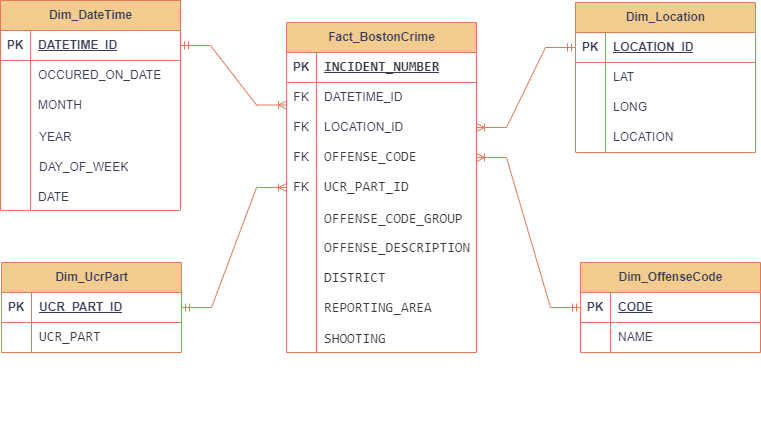
thanhphat2609/Boston_Crime_Analysis keeps this draw.io diagram as images/DataModel.png. Above is the earlier version. Source tidied: cells renumbered, new cells last; positions are measured from the earlier drawing's top-left corner, leaving out a move shared by most shapes.
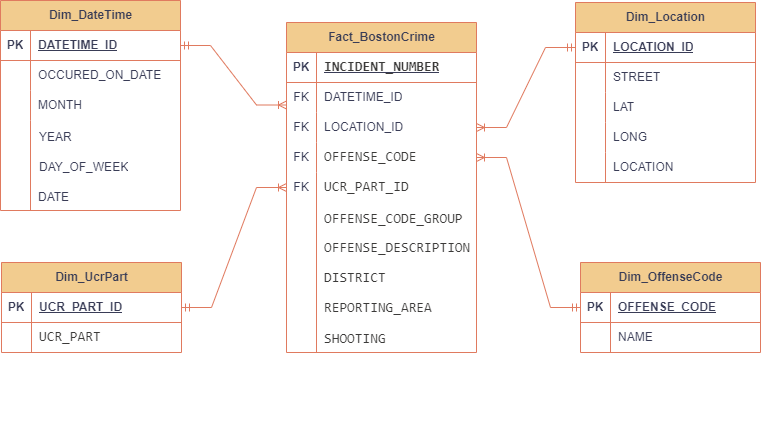
After the commit.

Change to the diagram source:
```diff
@@ -24,7 +24,7 @@
       <mxGeometry x="30" width="150" height="30" as="geometry" />
     </mxCell>
     <mxCell id="9" value="Dim_Location" style="shape=table;startSize=30;rowLines=0;fontStyle=1;align=center;html=1;labelBackgroundColor=none;fillColor=#F2CC8F;strokeColor=#E07A5F;fontColor=#393C56;" parent="1" vertex="1">
-      <mxGeometry x="575" y="2" width="180" height="150" as="geometry" />
+      <mxGeometry x="575" y="2" width="180" height="180" as="geometry" />
     </mxCell>
     <mxCell id="10" style="shape=tableRow;horizontal=0;startSize=0;swimlaneHead=0;swimlaneBody=0;fillColor=none;points=[[0,0.5],[1,0.5]];portConstraint=eastwest;top=0;left=0;right=0;bottom=1;labelBackgroundColor=none;strokeColor=#E07A5F;fontColor=#393C56;" parent="9" vertex="1">
       <mxGeometry y="30" width="180" height="30" as="geometry" />
@@ -41,11 +41,20 @@
     <mxCell id="14" style="shape=partialRectangle;fillColor=none;top=0;left=0;bottom=0;right=0;overflow=hidden;whiteSpace=wrap;html=1;labelBackgroundColor=none;strokeColor=#E07A5F;fontColor=#393C56;" parent="13" vertex="1">
       <mxGeometry width="30" height="30" as="geometry" />
     </mxCell>
-    <mxCell id="15" value="LAT" style="shape=partialRectangle;fillColor=none;top=0;left=0;bottom=0;right=0;align=left;spacingLeft=6;overflow=hidden;whiteSpace=wrap;html=1;labelBackgroundColor=none;strokeColor=#E07A5F;fontColor=#393C56;" parent="13" vertex="1">
+    <mxCell id="15" value="STREET" style="shape=partialRectangle;fillColor=none;top=0;left=0;bottom=0;right=0;align=left;spacingLeft=6;overflow=hidden;whiteSpace=wrap;html=1;labelBackgroundColor=none;strokeColor=#E07A5F;fontColor=#393C56;" parent="13" vertex="1">
       <mxGeometry x="30" width="150" height="30" as="geometry" />
     </mxCell>
+    <mxCell id="79" style="shape=tableRow;horizontal=0;startSize=0;swimlaneHead=0;swimlaneBody=0;fillColor=none;top=0;left=0;right=0;bottom=0;labelBackgroundColor=none;strokeColor=#E07A5F;fontColor=#393C56;" parent="9" vertex="1">
+      <mxGeometry y="90" width="180" height="30" as="geometry" />
+    </mxCell>
+    <mxCell id="80" style="shape=partialRectangle;fillColor=none;top=0;left=0;bottom=0;right=0;overflow=hidden;whiteSpace=wrap;html=1;labelBackgroundColor=none;strokeColor=#E07A5F;fontColor=#393C56;" parent="79" vertex="1">
+      <mxGeometry width="30" height="30" as="geometry" />
+    </mxCell>
+    <mxCell id="81" value="LAT" style="shape=partialRectangle;fillColor=none;top=0;left=0;bottom=0;right=0;align=left;spacingLeft=6;overflow=hidden;whiteSpace=wrap;html=1;labelBackgroundColor=none;strokeColor=#E07A5F;fontColor=#393C56;" parent="79" vertex="1">
+      <mxGeometry x="30" width="150" height="30" as="geometry" />
+    </mxCell>
     <mxCell id="16" style="shape=tableRow;horizontal=0;startSize=0;swimlaneHead=0;swimlaneBody=0;fillColor=none;top=0;left=0;right=0;bottom=0;labelBackgroundColor=none;strokeColor=#E07A5F;fontColor=#393C56;" parent="9" vertex="1">
-      <mxGeometry y="90" width="180" height="30" as="geometry" />
+      <mxGeometry y="120" width="180" height="30" as="geometry" />
     </mxCell>
     <mxCell id="17" style="shape=partialRectangle;fillColor=none;top=0;left=0;bottom=0;right=0;overflow=hidden;whiteSpace=wrap;html=1;labelBackgroundColor=none;strokeColor=#E07A5F;fontColor=#393C56;" parent="16" vertex="1">
       <mxGeometry width="30" height="30" as="geometry" />
@@ -54,7 +63,7 @@
       <mxGeometry x="30" width="150" height="30" as="geometry" />
     </mxCell>
     <mxCell id="19" style="shape=tableRow;horizontal=0;startSize=0;swimlaneHead=0;swimlaneBody=0;fillColor=none;top=0;left=0;right=0;bottom=0;labelBackgroundColor=none;strokeColor=#E07A5F;fontColor=#393C56;" parent="9" vertex="1">
-      <mxGeometry y="120" width="180" height="30" as="geometry" />
+      <mxGeometry y="150" width="180" height="30" as="geometry" />
     </mxCell>
     <mxCell id="20" style="shape=partialRectangle;fillColor=none;top=0;left=0;bottom=0;right=0;overflow=hidden;whiteSpace=wrap;html=1;labelBackgroundColor=none;strokeColor=#E07A5F;fontColor=#393C56;" parent="19" vertex="1">
       <mxGeometry width="30" height="30" as="geometry" />
@@ -71,7 +80,7 @@
     <mxCell id="24" value="PK" style="shape=partialRectangle;fillColor=none;top=0;left=0;bottom=0;right=0;fontStyle=1;overflow=hidden;whiteSpace=wrap;html=1;labelBackgroundColor=none;strokeColor=#E07A5F;fontColor=#393C56;" parent="23" vertex="1">
       <mxGeometry width="30" height="30" as="geometry" />
     </mxCell>
-    <mxCell id="25" value="CODE" style="shape=partialRectangle;fillColor=none;top=0;left=0;bottom=0;right=0;align=left;spacingLeft=6;fontStyle=5;overflow=hidden;whiteSpace=wrap;html=1;labelBackgroundColor=none;strokeColor=#E07A5F;fontColor=#393C56;" parent="23" vertex="1">
+    <mxCell id="25" value="OFFENSE_CODE" style="shape=partialRectangle;fillColor=none;top=0;left=0;bottom=0;right=0;align=left;spacingLeft=6;fontStyle=5;overflow=hidden;whiteSpace=wrap;html=1;labelBackgroundColor=none;strokeColor=#E07A5F;fontColor=#393C56;" parent="23" vertex="1">
       <mxGeometry x="30" width="150" height="30" as="geometry" />
     </mxCell>
     <mxCell id="26" style="shape=tableRow;horizontal=0;startSize=0;swimlaneHead=0;swimlaneBody=0;fillColor=none;top=0;left=0;right=0;bottom=0;labelBackgroundColor=none;strokeColor=#E07A5F;fontColor=#393C56;" parent="22" vertex="1">
```
